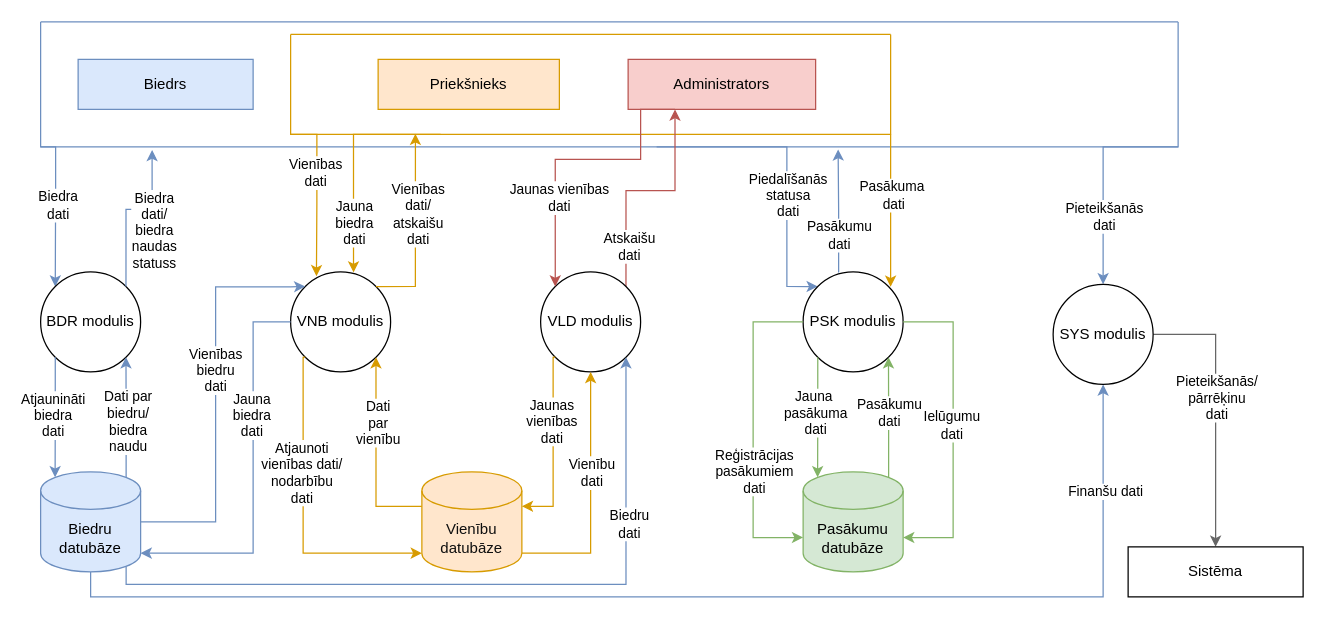
This is page "1.limena DPD" (2 of 10) of Documentation/DiagramData/LSGCO_IS_DIAGRAMS.drawio from JekabsVanags/LSGCO_IS, a draw.io file, before an edit. Source tidied: cells renumbered, new cells numbered last; positions are measured from the earlier drawing's top-left corner, leaving out a move shared by most shapes. Both pictures are drawn from the tidied source at 125%, with x=0, y=0 at pixel (40, 21).
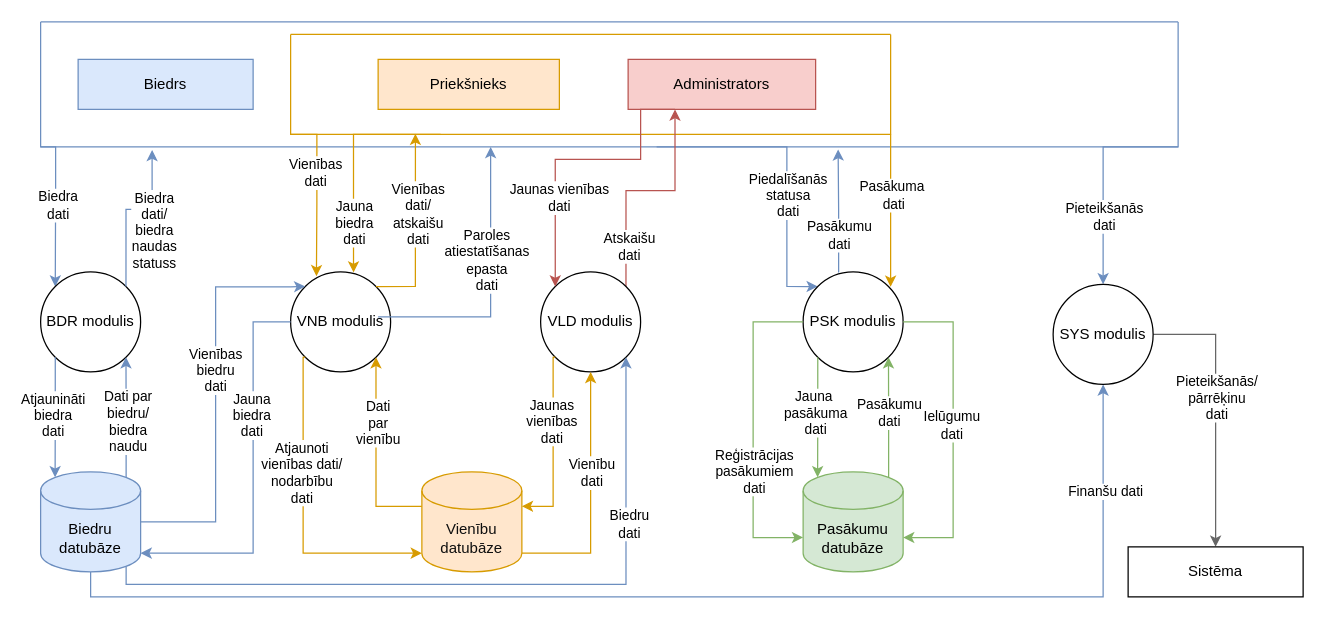
Above is the later version.

Diff of the diagram source:
```diff
@@
+    <mxCell id="68" style="edgeStyle=orthogonalEdgeStyle;rounded=0;orthogonalLoop=1;jettySize=auto;html=1;exitX=1;exitY=0.5;exitDx=0;exitDy=0;fillColor=#dae8fc;strokeColor=#6c8ebf;" parent="1" edge="1">
+      <mxGeometry relative="1" as="geometry">
+        <mxPoint x="270" y="236" as="sourcePoint" />
+        <mxPoint x="360" y="100" as="targetPoint" />
+        <Array as="points">
+          <mxPoint x="360" y="236" />
+          <mxPoint x="360" y="100" />
+        </Array>
+      </mxGeometry>
+    </mxCell>
+    <mxCell id="69" value="Paroles&lt;br&gt;atiestatīšanas&lt;br&gt;epasta&lt;br&gt;dati" style="edgeLabel;html=1;align=center;verticalAlign=middle;" parent="68" vertex="1">
+      <mxGeometry x="0.2" y="4" relative="1" as="geometry" />
+    </mxCell>
```
